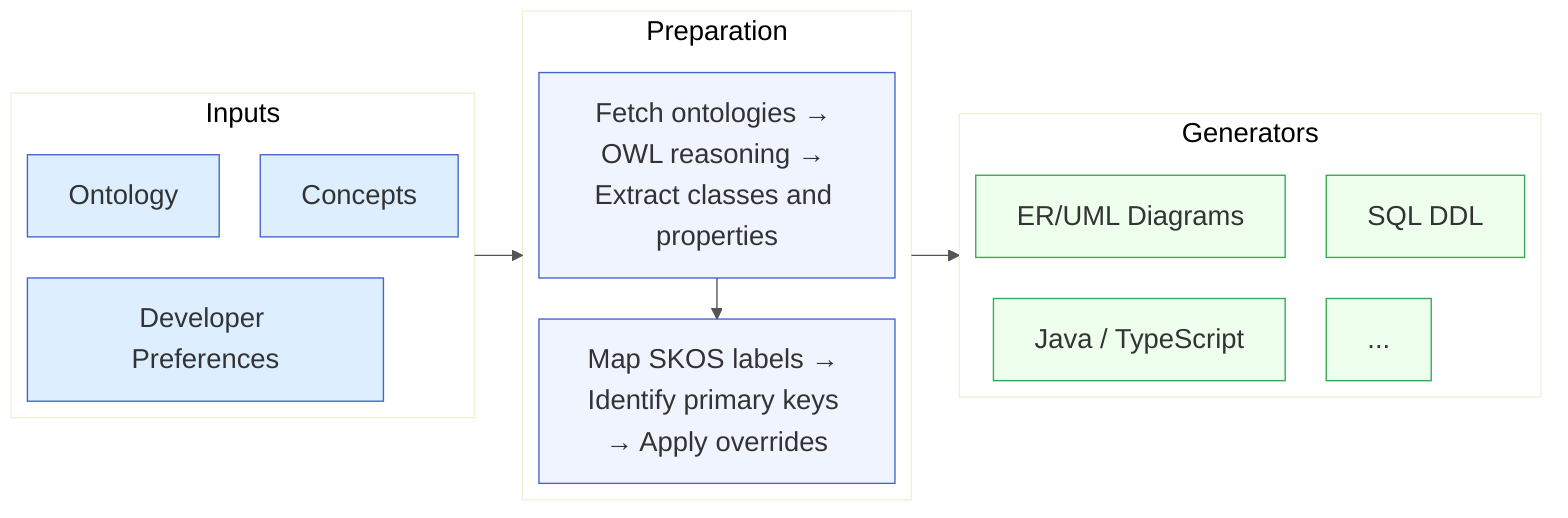
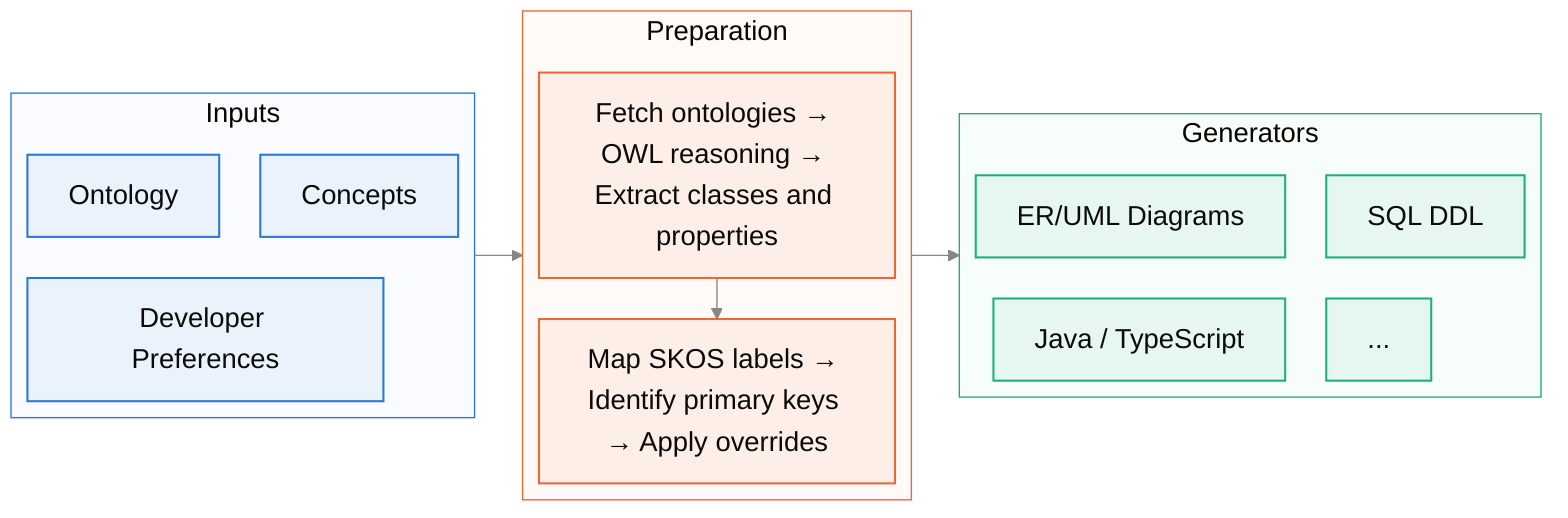
- %%{init: {"theme": "base", "flowchart": {"defaultRenderer": "elk"}, "themeVariables": {"fontSize": "20px", "primaryColor": "#f0f4ff", "primaryBorderColor": "#4466cc", "lineColor": "#555"}}}%%
+ %%{init: {"theme": "base", "flowchart": {"defaultRenderer": "elk"}, "themeVariables": {"fontSize": "20px", "lineColor": "#898781"}}}%%
flowchart LR

    subgraph inputs["Inputs"]
        direction LR
        OWL["Ontology"]
        SKOS["Concepts"]
        CFG["Developer Preferences"]
    end

    subgraph prep["Preparation"]
        direction TB
        PREP1["Fetch ontologies &rarr; OWL reasoning &rarr; Extract classes and properties"]
        PREP2["Map SKOS labels &rarr; Identify primary keys &rarr; Apply overrides"]
        PREP1 --> PREP2
    end

    subgraph gen["Generators"]
        G1["ER/UML Diagrams"] ~~~ G2["SQL DDL"]
        G4["Java / TypeScript"] ~~~ G6["..."]
    end

    inputs --> prep
    prep --> gen

-     classDef inputNode fill:#ddeeff,stroke:#4466cc
-     classDef genNode fill:#eeffee,stroke:#33aa55
+     classDef inputNode fill:#eaf2fc,stroke:#2a78d6,stroke-width:1.5px,color:#0b0b0b
+     classDef prepNode fill:#fdeee7,stroke:#eb6834,stroke-width:1.5px,color:#0b0b0b
+     classDef genNode fill:#e6f7f0,stroke:#1baf7a,stroke-width:1.5px,color:#0b0b0b
    class OWL,SKOS,CFG inputNode
-     class G1,G2,G3,G4,G5,G6 genNode
+     class PREP1,PREP2 prepNode
+     class G1,G2,G4,G6 genNode
+ 
+     style inputs fill:#f9fbfe,stroke:#2a78d6,stroke-width:1px
+     style prep fill:#fffaf8,stroke:#eb6834,stroke-width:1px
+     style gen fill:#f6fdfa,stroke:#1baf7a,stroke-width:1px
